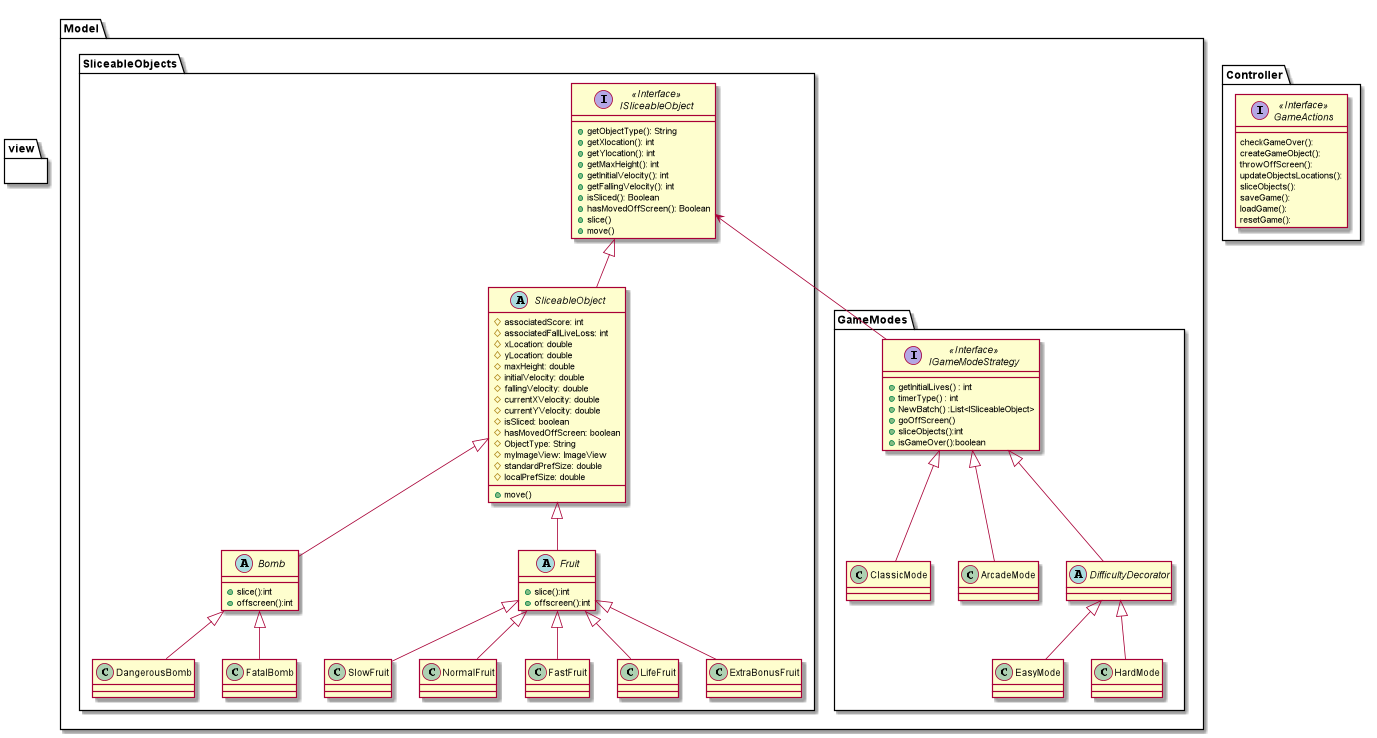
Before: Fruit-Ninja-class.png, a diagram exported from PlantUML (zixa5824/FruitNinja).
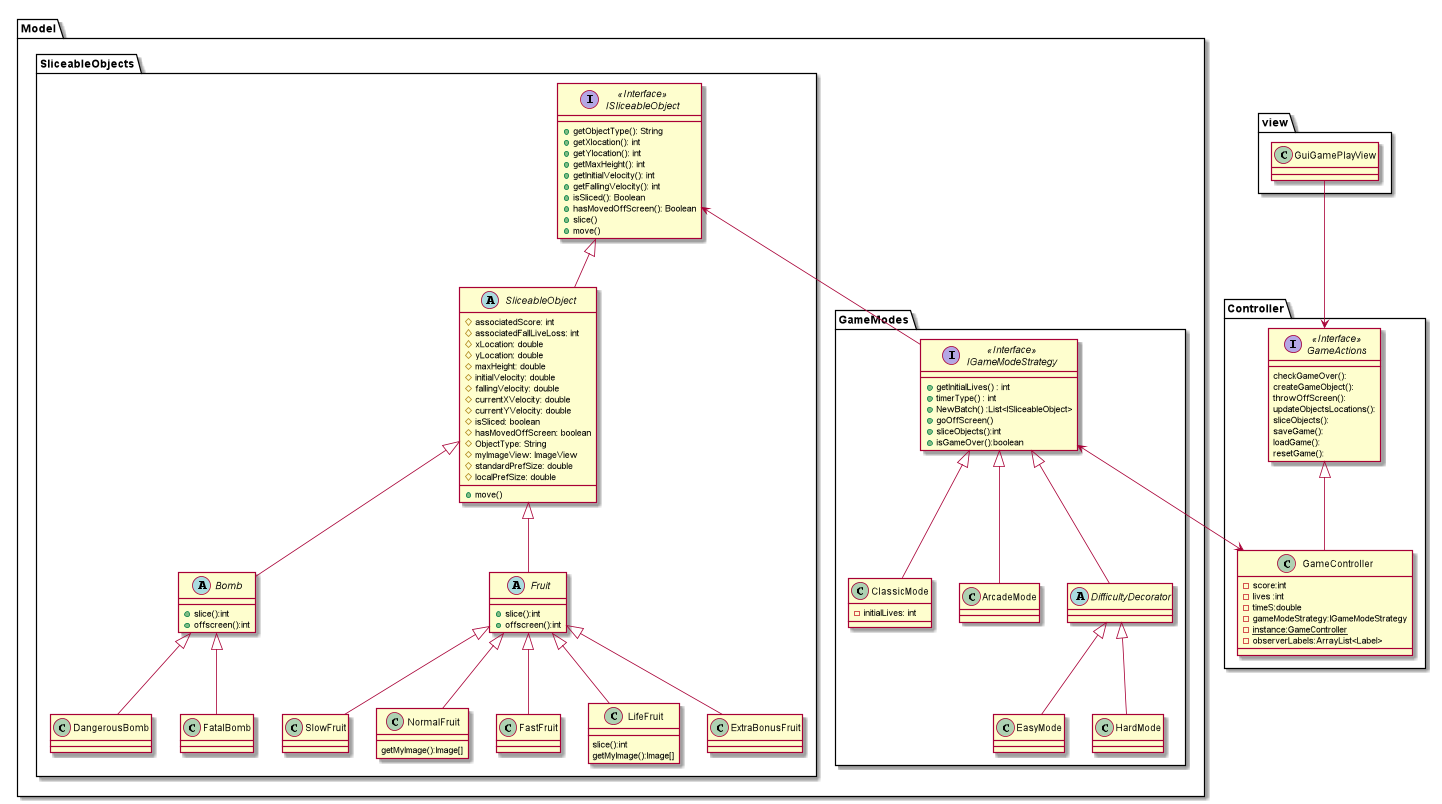
After the commit.

Change to the diagram source:
```diff
@@ -53,6 +53,28 @@
     SliceableObject <|-- Fruit
     SliceableObject <|--  Bomb
 
+    Class SlowFruit {
+
+    }
+
+    Class NormalFruit{
+        getMyImage():Image[]
+    }
+
+    Class FastFruit{
+
+    }
+
+    Class LifeFruit{
+        slice():int
+        getMyImage():Image[]
+    }
+
+    Class ExtraBonusFruit{
+
+    }
+
+
     Fruit <|-- SlowFruit
     Fruit <|-- NormalFruit
     Fruit <|-- FastFruit
@@ -76,6 +98,12 @@
 
 IGameModeStrategy <|-- ClassicMode
 IGameModeStrategy <|-- ArcadeMode
+
+
+Class ClassicMode {
+    -initialLives: int
+}
+
 
 abstract class DifficultyDecorator
 
@@ -104,8 +132,28 @@
     resetGame():
     }
 
+    Class GameController{
+             -score:int
+        	 -lives :int
+        	 -timeS:double
+        	 -gameModeStrategy:IGameModeStrategy
+        	 -{static}instance:GameController
+        	 -observerLabels:ArrayList<Label>
+
+    }
+
+    GameActions <|-- GameController
+
+
 }
 
+IGameModeStrategy <--> GameController
+
 package view {
+
+    class GuiGamePlayView
+
+    GuiGamePlayView --> GameActions
+
 }
 @enduml
```
